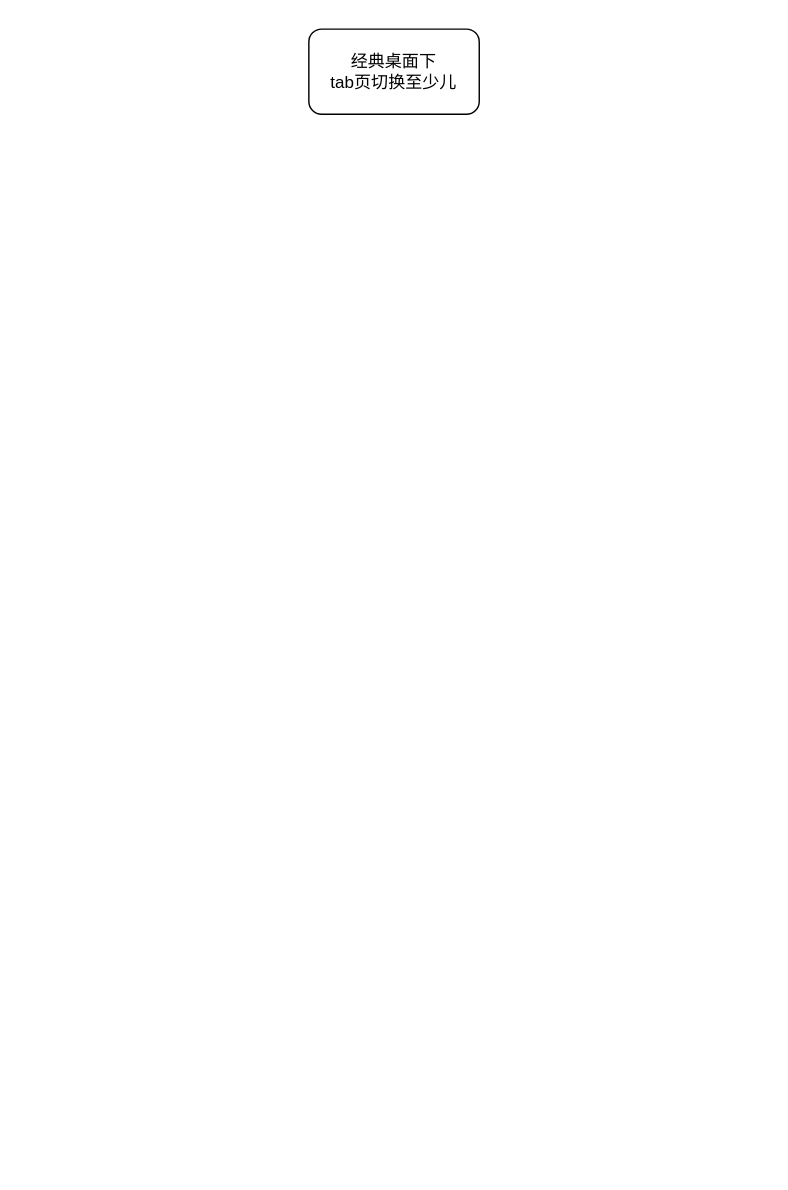
ErbanZ/DOG keeps this draw.io diagram as Untitled Diagram.drawio. Above is the earlier version. Source tidied: cells renumbered, new cells numbered last; positions are measured from the earlier drawing's top-left corner, leaving out a move shared by most shapes. Both pictures are drawn from the tidied source at 142%, with x=0, y=0 at pixel (308, 28).
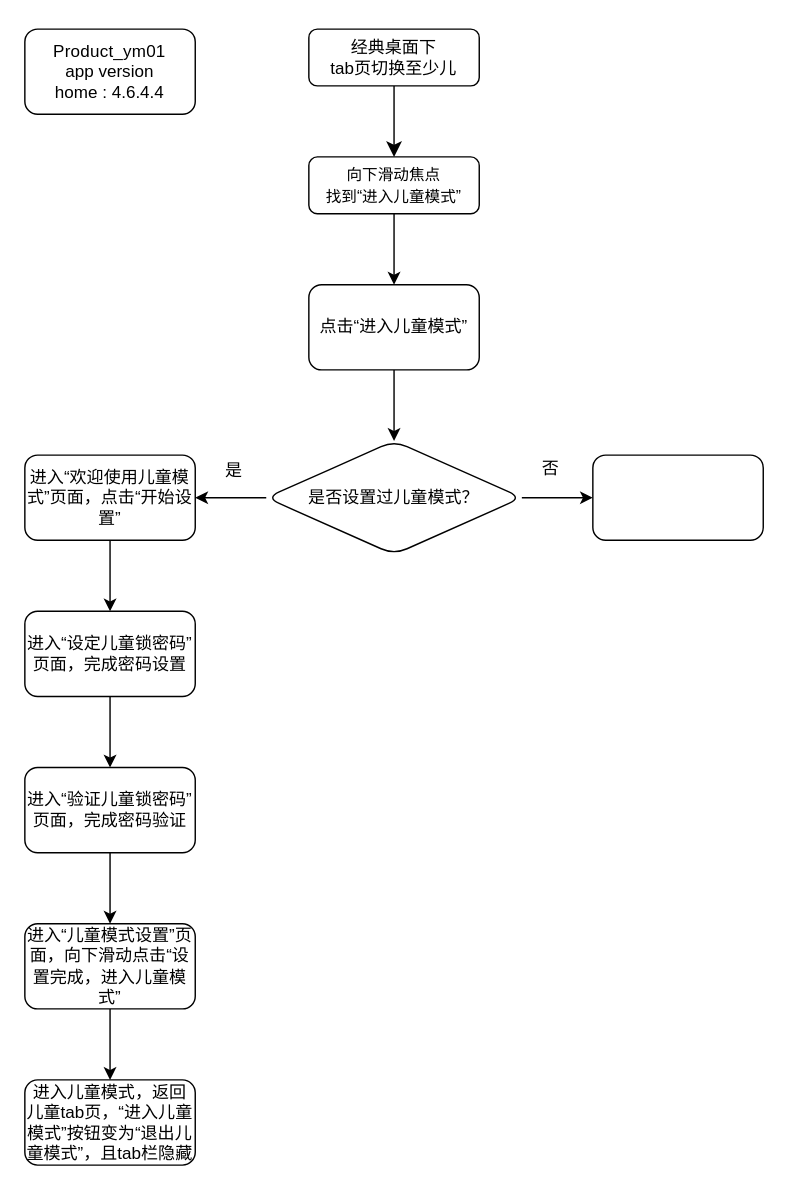
Above is the later version.

Change to the diagram source:
```diff
@@
+    <mxCell id="3" style="rounded=0;html=1;jettySize=auto;fontSize=11;endArrow=classic;endFill=1;endSize=8;strokeWidth=1;shadow=0;labelBackgroundColor=none;edgeStyle=orthogonalEdgeStyle;" parent="1" edge="1" source="2" target="5">
+      <mxGeometry relative="1" as="geometry" />
+    </mxCell>
-    <mxCell id="2" value="经典桌面下&lt;br&gt;tab页切换至少儿" style="rounded=1;whiteSpace=wrap;html=1;" parent="1" vertex="1">
-      <mxGeometry width="120" height="60" as="geometry" />
+    <mxCell id="2" value="经典桌面下&lt;br&gt;tab页切换至少儿" style="rounded=1;whiteSpace=wrap;html=1;fontSize=12;glass=0;strokeWidth=1;shadow=0;" parent="1" vertex="1">
+      <mxGeometry width="120" height="40" as="geometry" />
     </mxCell>
+    <mxCell id="4" style="edgeStyle=orthogonalEdgeStyle;rounded=0;jettySize=auto;html=1;fontFamily=Helvetica;fontSize=12;fontColor=#000000;" parent="1" edge="1" source="5" target="8">
+      <mxGeometry relative="1" as="geometry" />
+    </mxCell>
+    <mxCell id="5" value="&lt;span style=&quot;font-size: 11px&quot;&gt;向下滑动焦点&lt;/span&gt;&lt;br style=&quot;font-size: 11px&quot;&gt;&lt;span style=&quot;font-size: 11px&quot;&gt;找到“进入儿童模式”&lt;/span&gt;" style="rounded=1;whiteSpace=wrap;html=1;fontSize=12;glass=0;strokeWidth=1;shadow=0;" parent="1" vertex="1">
+      <mxGeometry y="90" width="120" height="40" as="geometry" />
+    </mxCell>
+    <mxCell id="6" value="&lt;p&gt;&lt;font style=&quot;font-size: 12px&quot;&gt;&lt;span style=&quot;letter-spacing: 0.15px ; text-align: left&quot;&gt;Product_ym01&lt;br&gt;&lt;/span&gt;app version&lt;br&gt;home : 4.6.4.4&lt;/font&gt;&lt;/p&gt;" style="rounded=1;whiteSpace=wrap;html=1;" parent="1" vertex="1">
+      <mxGeometry x="-200" width="120" height="60" as="geometry" />
+    </mxCell>
+    <mxCell id="7" style="edgeStyle=orthogonalEdgeStyle;rounded=0;jettySize=auto;html=1;fontFamily=Helvetica;fontSize=12;fontColor=#000000;endArrow=classic;endFill=1;" parent="1" edge="1" source="8" target="12">
+      <mxGeometry relative="1" as="geometry" />
+    </mxCell>
+    <mxCell id="8" value="点击“进入儿童模式”" style="rounded=1;whiteSpace=wrap;html=1;glass=0;strokeWidth=1;shadow=0;" parent="1" vertex="1">
+      <mxGeometry y="180" width="120" height="60" as="geometry" />
+    </mxCell>
+    <mxCell id="9" style="edgeStyle=orthogonalEdgeStyle;rounded=0;jettySize=auto;html=1;fontFamily=Helvetica;fontSize=12;fontColor=#000000;endArrow=classic;endFill=1;" parent="1" edge="1" source="12" target="14">
+      <mxGeometry relative="1" as="geometry" />
+    </mxCell>
+    <mxCell id="10" value="是" style="edgeLabel;html=1;align=center;verticalAlign=middle;fontSize=12;fontFamily=Helvetica;fontColor=#000000;" parent="9" vertex="1">
+      <mxGeometry x="-0.15" y="4" relative="1" as="geometry">
+        <mxPoint x="-3" y="-24" as="offset" />
+      </mxGeometry>
+    </mxCell>
+    <mxCell id="11" value="否" style="edgeStyle=orthogonalEdgeStyle;rounded=0;jettySize=auto;html=1;fontFamily=Helvetica;fontSize=12;fontColor=#000000;endArrow=classic;endFill=1;" parent="1" edge="1" source="12" target="22">
+      <mxGeometry x="-0.2" y="20" relative="1" as="geometry" />
+    </mxCell>
+    <mxCell id="12" value="是否设置过儿童模式？" style="rhombus;whiteSpace=wrap;html=1;rounded=1;glass=0;strokeWidth=1;shadow=0;" parent="1" vertex="1">
+      <mxGeometry x="-30" y="290" width="180" height="80" as="geometry" />
+    </mxCell>
+    <mxCell id="13" style="edgeStyle=orthogonalEdgeStyle;rounded=0;jettySize=auto;html=1;fontFamily=Helvetica;fontSize=12;fontColor=#000000;endArrow=classic;endFill=1;" parent="1" edge="1" source="14" target="16">
+      <mxGeometry relative="1" as="geometry" />
+    </mxCell>
+    <mxCell id="14" value="进入“欢迎使用儿童模式”页面，点击“开始设置”" style="rounded=1;whiteSpace=wrap;html=1;glass=0;strokeWidth=1;shadow=0;" parent="1" vertex="1">
+      <mxGeometry x="-200" y="300" width="120" height="60" as="geometry" />
+    </mxCell>
+    <mxCell id="15" style="edgeStyle=orthogonalEdgeStyle;rounded=0;jettySize=auto;html=1;fontFamily=Helvetica;fontSize=12;fontColor=#000000;endArrow=classic;endFill=1;" parent="1" edge="1" source="16" target="18">
+      <mxGeometry relative="1" as="geometry" />
+    </mxCell>
+    <mxCell id="16" value="&lt;span&gt;进入“设定儿童锁密码”页面，完成密码设置&lt;/span&gt;" style="rounded=1;whiteSpace=wrap;html=1;glass=0;strokeWidth=1;shadow=0;" parent="1" vertex="1">
+      <mxGeometry x="-200" y="410" width="120" height="60" as="geometry" />
+    </mxCell>
+    <mxCell id="17" style="edgeStyle=orthogonalEdgeStyle;rounded=0;jettySize=auto;html=1;fontFamily=Helvetica;fontSize=12;fontColor=#000000;endArrow=classic;endFill=1;" parent="1" edge="1" source="18" target="20">
+      <mxGeometry relative="1" as="geometry" />
+    </mxCell>
+    <mxCell id="18" value="进入“验证儿童锁密码”页面，完成密码验证" style="rounded=1;whiteSpace=wrap;html=1;glass=0;strokeWidth=1;shadow=0;" parent="1" vertex="1">
+      <mxGeometry x="-200" y="520" width="120" height="60" as="geometry" />
+    </mxCell>
+    <mxCell id="19" style="edgeStyle=orthogonalEdgeStyle;rounded=0;jettySize=auto;html=1;fontFamily=Helvetica;fontSize=12;fontColor=#000000;endArrow=classic;endFill=1;" parent="1" edge="1" source="20" target="21">
+      <mxGeometry relative="1" as="geometry" />
+    </mxCell>
+    <mxCell id="20" value="进入“儿童模式设置”页面，向下滑动点击“设置完成，进入儿童模式”" style="rounded=1;whiteSpace=wrap;html=1;glass=0;strokeWidth=1;shadow=0;" parent="1" vertex="1">
+      <mxGeometry x="-200" y="630" width="120" height="60" as="geometry" />
+    </mxCell>
+    <mxCell id="21" value="进入儿童模式，返回儿童tab页，“进入儿童模式”按钮变为“退出儿童模式”，且tab栏隐藏" style="rounded=1;whiteSpace=wrap;html=1;glass=0;strokeWidth=1;shadow=0;" parent="1" vertex="1">
+      <mxGeometry x="-200" y="740" width="120" height="60" as="geometry" />
+    </mxCell>
+    <mxCell id="22" style="whiteSpace=wrap;html=1;rounded=1;glass=0;strokeWidth=1;shadow=0;" parent="1" vertex="1">
+      <mxGeometry x="200" y="300" width="120" height="60" as="geometry" />
+    </mxCell>
```
